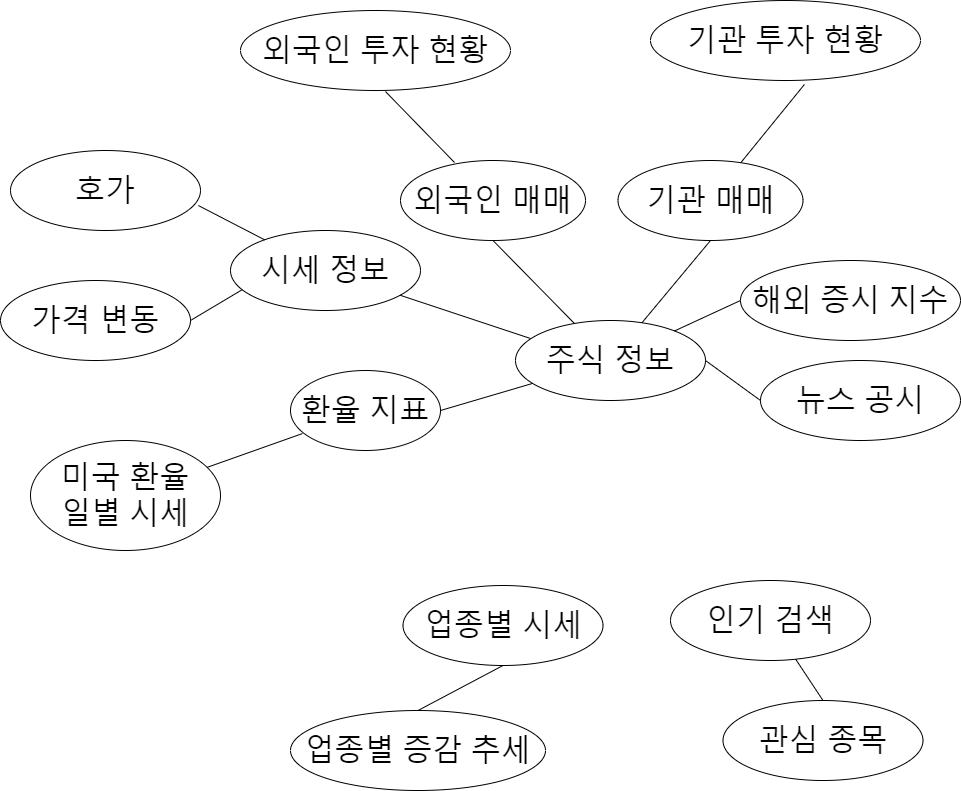
Before: subject/draw_mindmap.png, a diagram exported from draw.io (SungPilHan/python_data_analysis_stock). Source tidied: cells renumbered, new cells last; positions are measured from the earlier drawing's top-left corner, leaving out a move shared by most shapes. Its diagram source:
```xml
<mxGraphModel>
  <root>
    <mxCell id="0" />
    <mxCell id="1" parent="0" />
    <mxCell id="2" value="&lt;font style=&quot;font-size: 30px&quot;&gt;주식 정보&lt;/font&gt;" style="ellipse;whiteSpace=wrap;html=1;" parent="1" vertex="1">
      <mxGeometry x="515" y="320" width="190" height="80" as="geometry" />
    </mxCell>
    <mxCell id="3" value="&lt;font style=&quot;font-size: 30px&quot;&gt;업종별 시세&lt;br&gt;&lt;/font&gt;" style="ellipse;whiteSpace=wrap;html=1;" parent="1" vertex="1">
      <mxGeometry x="402.5" y="585" width="200" height="80" as="geometry" />
    </mxCell>
    <mxCell id="4" value="&lt;span style=&quot;font-size: 30px&quot;&gt;외국인 매매&lt;/span&gt;" style="ellipse;whiteSpace=wrap;html=1;" parent="1" vertex="1">
      <mxGeometry x="400" y="160" width="185" height="80" as="geometry" />
    </mxCell>
    <mxCell id="5" style="endArrow=none;html=1;entryX=0.5;entryY=1;entryDx=0;entryDy=0;" parent="1" edge="1" source="2" target="4">
      <mxGeometry relative="1" as="geometry" />
    </mxCell>
    <mxCell id="6" value="&lt;font style=&quot;font-size: 30px&quot;&gt;환율 지표&lt;/font&gt;" style="ellipse;whiteSpace=wrap;html=1;" parent="1" vertex="1">
      <mxGeometry x="290" y="370" width="150" height="80" as="geometry" />
    </mxCell>
    <mxCell id="7" style="endArrow=none;html=1;exitX=1;exitY=0.5;exitDx=0;exitDy=0;" parent="1" edge="1" source="6" target="2">
      <mxGeometry relative="1" as="geometry" />
    </mxCell>
    <mxCell id="8" value="&lt;span style=&quot;font-size: 30px&quot;&gt;기관 매매&lt;/span&gt;" style="ellipse;whiteSpace=wrap;html=1;" parent="1" vertex="1">
      <mxGeometry x="617.5" y="160" width="185" height="80" as="geometry" />
    </mxCell>
    <mxCell id="9" value="&lt;span style=&quot;font-size: 30px&quot;&gt;해외 증시 지수&lt;/span&gt;" style="ellipse;whiteSpace=wrap;html=1;" parent="1" vertex="1">
      <mxGeometry x="740" y="260" width="220" height="80" as="geometry" />
    </mxCell>
    <mxCell id="10" value="&lt;font style=&quot;font-size: 30px&quot;&gt;뉴스 공시&lt;br&gt;&lt;/font&gt;" style="ellipse;whiteSpace=wrap;html=1;" parent="1" vertex="1">
      <mxGeometry x="760" y="360" width="200" height="80" as="geometry" />
    </mxCell>
    <mxCell id="11" value="&lt;font style=&quot;font-size: 30px&quot;&gt;인기 검색&lt;br&gt;&lt;/font&gt;" style="ellipse;whiteSpace=wrap;html=1;" parent="1" vertex="1">
      <mxGeometry x="670" y="580" width="200" height="80" as="geometry" />
    </mxCell>
    <mxCell id="12" style="endArrow=none;html=1;exitX=0.5;exitY=1;exitDx=0;exitDy=0;" parent="1" edge="1" source="8" target="2">
      <mxGeometry relative="1" as="geometry" />
    </mxCell>
    <mxCell id="13" style="endArrow=none;html=1;entryX=0;entryY=0.5;entryDx=0;entryDy=0;" parent="1" edge="1" source="2" target="9">
      <mxGeometry relative="1" as="geometry" />
    </mxCell>
    <mxCell id="14" style="endArrow=none;html=1;exitX=0;exitY=0.5;exitDx=0;exitDy=0;entryX=1;entryY=0.5;entryDx=0;entryDy=0;" parent="1" edge="1" source="10" target="2">
      <mxGeometry relative="1" as="geometry" />
    </mxCell>
    <mxCell id="15" value="&lt;span style=&quot;font-size: 30px&quot;&gt;외국인 투자 현황&lt;/span&gt;" style="ellipse;whiteSpace=wrap;html=1;" parent="1" vertex="1">
      <mxGeometry x="240" y="10" width="270" height="80" as="geometry" />
    </mxCell>
    <mxCell id="16" style="endArrow=none;html=1;entryX=0.292;entryY=0.025;entryDx=0;entryDy=0;entryPerimeter=0;exitX=0.537;exitY=1.013;exitDx=0;exitDy=0;exitPerimeter=0;" parent="1" edge="1" source="15" target="4">
      <mxGeometry relative="1" as="geometry" />
    </mxCell>
    <mxCell id="17" value="&lt;span style=&quot;font-size: 30px&quot;&gt;기관 투자 현황&lt;/span&gt;" style="ellipse;whiteSpace=wrap;html=1;" parent="1" vertex="1">
      <mxGeometry x="650" width="270" height="80" as="geometry" />
    </mxCell>
    <mxCell id="18" style="endArrow=none;html=1;exitX=0.57;exitY=1.05;exitDx=0;exitDy=0;exitPerimeter=0;" parent="1" edge="1" source="17" target="8">
      <mxGeometry relative="1" as="geometry" />
    </mxCell>
    <mxCell id="19" value="&lt;font style=&quot;font-size: 30px&quot;&gt;시세 정보&lt;/font&gt;" style="ellipse;whiteSpace=wrap;html=1;" parent="1" vertex="1">
      <mxGeometry x="230" y="230" width="190" height="80" as="geometry" />
    </mxCell>
    <mxCell id="20" style="endArrow=none;html=1;entryX=0.079;entryY=0.225;entryDx=0;entryDy=0;entryPerimeter=0;" parent="1" edge="1" source="19" target="2">
      <mxGeometry relative="1" as="geometry" />
    </mxCell>
    <mxCell id="21" value="&lt;font style=&quot;font-size: 30px&quot;&gt;호가&lt;/font&gt;" style="ellipse;whiteSpace=wrap;html=1;" parent="1" vertex="1">
      <mxGeometry x="10" y="150" width="190" height="80" as="geometry" />
    </mxCell>
    <mxCell id="22" value="&lt;span style=&quot;font-size: 30px&quot;&gt;가격 변동&lt;/span&gt;" style="ellipse;whiteSpace=wrap;html=1;" parent="1" vertex="1">
      <mxGeometry y="280" width="190" height="80" as="geometry" />
    </mxCell>
    <mxCell id="23" style="endArrow=none;html=1;exitX=1;exitY=0.5;exitDx=0;exitDy=0;entryX=0.063;entryY=0.738;entryDx=0;entryDy=0;entryPerimeter=0;" parent="1" edge="1" source="22" target="19">
      <mxGeometry relative="1" as="geometry" />
    </mxCell>
    <mxCell id="24" style="endArrow=none;html=1;exitX=0.989;exitY=0.688;exitDx=0;exitDy=0;exitPerimeter=0;" parent="1" edge="1" source="21" target="19">
      <mxGeometry relative="1" as="geometry" />
    </mxCell>
    <mxCell id="25" value="&lt;font style=&quot;font-size: 30px&quot;&gt;미국 환율&lt;br&gt;일별 시세&lt;br&gt;&lt;/font&gt;" style="ellipse;whiteSpace=wrap;html=1;" parent="1" vertex="1">
      <mxGeometry x="30" y="440" width="190" height="110" as="geometry" />
    </mxCell>
    <mxCell id="26" style="endArrow=none;html=1;entryX=0.08;entryY=0.788;entryDx=0;entryDy=0;entryPerimeter=0;" parent="1" edge="1" source="25" target="6">
      <mxGeometry relative="1" as="geometry" />
    </mxCell>
    <mxCell id="27" value="&lt;font style=&quot;font-size: 30px&quot;&gt;업종별 증감 추세&lt;br&gt;&lt;/font&gt;" style="ellipse;whiteSpace=wrap;html=1;" parent="1" vertex="1">
      <mxGeometry x="290" y="710" width="255" height="80" as="geometry" />
    </mxCell>
    <mxCell id="28" style="endArrow=none;html=1;exitX=0.5;exitY=0;exitDx=0;exitDy=0;entryX=0.5;entryY=1;entryDx=0;entryDy=0;" parent="1" edge="1" source="27" target="3">
      <mxGeometry relative="1" as="geometry" />
    </mxCell>
    <mxCell id="29" value="&lt;font style=&quot;font-size: 30px&quot;&gt;관심 종목&lt;br&gt;&lt;/font&gt;" style="ellipse;whiteSpace=wrap;html=1;" parent="1" vertex="1">
      <mxGeometry x="722.5" y="700" width="200" height="80" as="geometry" />
    </mxCell>
    <mxCell id="30" style="endArrow=none;html=1;exitX=0.5;exitY=0;exitDx=0;exitDy=0;" parent="1" edge="1" source="29" target="11">
      <mxGeometry relative="1" as="geometry" />
    </mxCell>
  </root>
</mxGraphModel>
```
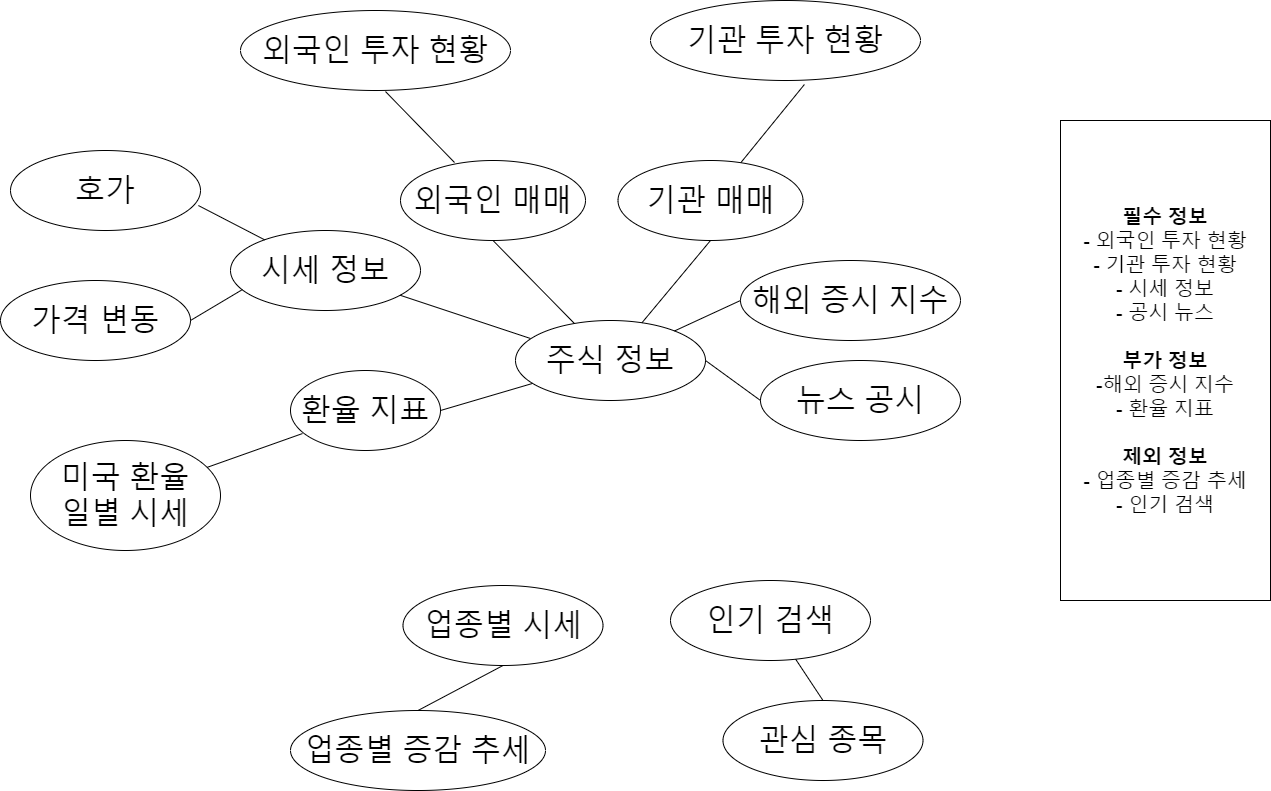
After the commit.

Commit message:
마인드 맵 수정

Change to the diagram source:
```diff
@@ -89,5 +89,8 @@
     <mxCell id="30" style="endArrow=none;html=1;exitX=0.5;exitY=0;exitDx=0;exitDy=0;" parent="1" edge="1" source="29" target="11">
       <mxGeometry relative="1" as="geometry" />
     </mxCell>
+    <mxCell id="31" value="&lt;font style=&quot;font-size: 20px&quot;&gt;&lt;b&gt;필수 정보&lt;br&gt;&lt;/b&gt;- 외국인 투자 현황&lt;br&gt;- 기관 투자 현황&lt;br&gt;- 시세 정보&lt;br&gt;- 공시 뉴스&lt;br&gt;&lt;br&gt;&lt;b&gt;부가 정보&lt;br&gt;&lt;/b&gt;-해외 증시 지수&lt;br&gt;- 환율 지표&lt;br&gt;&lt;b&gt;&lt;br&gt;제외 정보&lt;br&gt;&lt;/b&gt;- 업종별 증감 추세&lt;br&gt;- 인기 검색&lt;/font&gt;" style="rounded=0;whiteSpace=wrap;html=1;" parent="1" vertex="1">
+      <mxGeometry x="1060" y="120" width="210" height="480" as="geometry" />
+    </mxCell>
   </root>
 </mxGraphModel>
```
